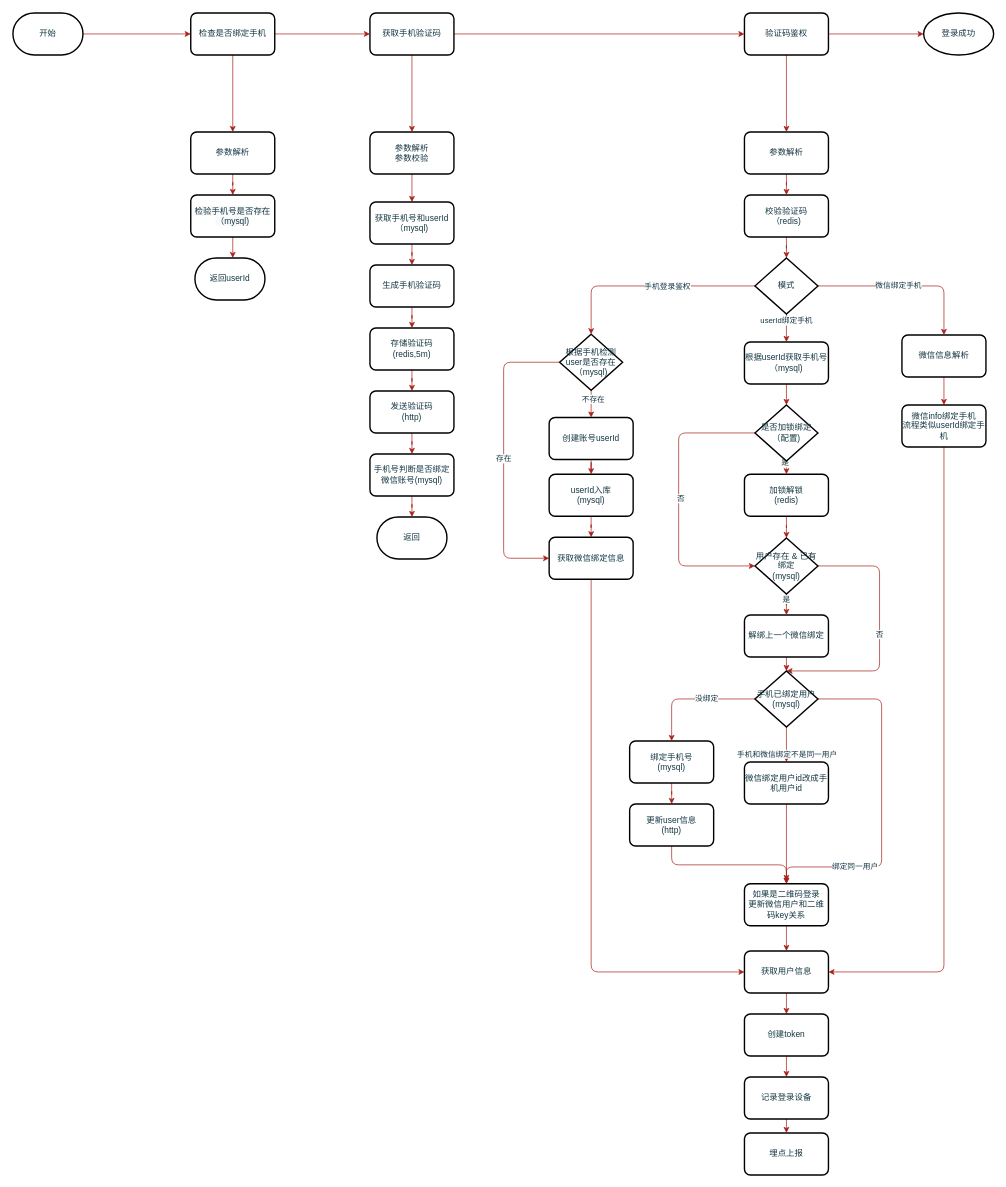
Earlier version of the draw.io diagram 手机登录.drawio (xiell2016/hetaoDesign). Source tidied: cells renumbered, new cells numbered last; positions are measured from the earlier drawing's top-left corner, leaving out a move shared by most shapes. Both pictures are drawn from the tidied source at 70%, with x=0, y=0 at pixel (13, 13).
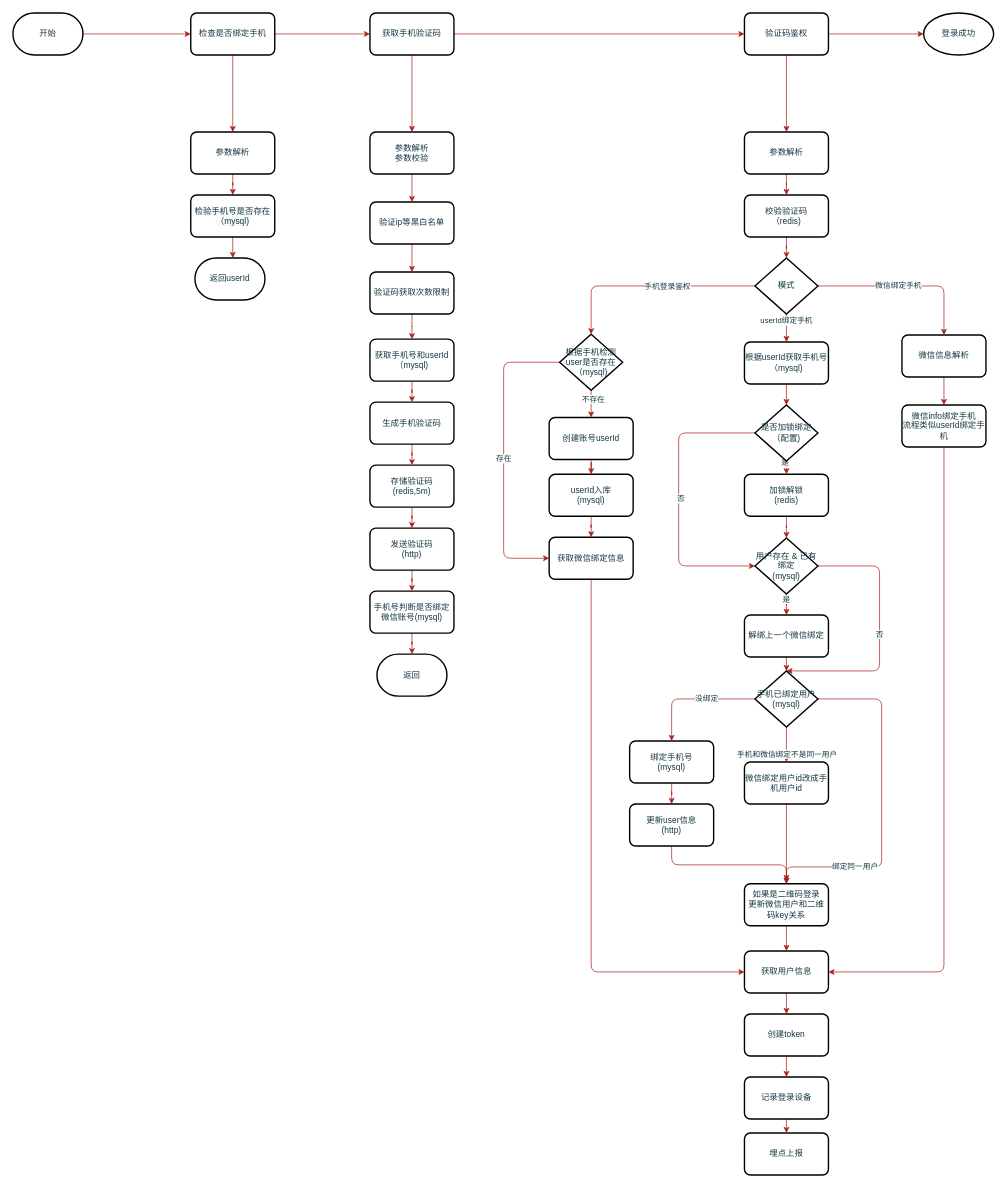
The same page after the edit.

Commit message:
更新手机登录.drawio

Unchanged cells that the change refers to:
```xml
<mxCell id="30" value="参数解析&lt;br&gt;参数校验" style="whiteSpace=wrap;html=1;rounded=1;fontColor=#143642;strokeWidth=2;fillColor=#FFFFFF;arcSize=14;sketch=0;" parent="1" vertex="1">
  <mxGeometry x="510" y="170" width="120" height="60" as="geometry" />
</mxCell>
```

The edit, as a diff of the source:
```diff
@@
-    <mxCell id="29" style="edgeStyle=orthogonalEdgeStyle;curved=0;rounded=1;sketch=0;jettySize=auto;html=1;fontColor=#143642;strokeColor=#A8201A;fillColor=#FAE5C7;" parent="1" edge="1" source="30" target="38">
-      <mxGeometry relative="1" as="geometry" />
-    </mxCell>
+    <mxCell id="95" style="edgeStyle=orthogonalEdgeStyle;curved=0;rounded=1;sketch=0;jettySize=auto;html=1;fontColor=#143642;strokeColor=#A8201A;fillColor=#FAE5C7;" parent="1" edge="1" source="30" target="97">
+      <mxGeometry relative="1" as="geometry" />
+    </mxCell>
@@
     <mxCell id="32" value="发送验证码&lt;br&gt;(http)" style="whiteSpace=wrap;html=1;rounded=1;fontColor=#143642;strokeWidth=2;fillColor=#FFFFFF;arcSize=14;sketch=0;" parent="1" vertex="1">
-      <mxGeometry x="510" y="540" width="120" height="60" as="geometry" />
+      <mxGeometry x="510" y="736" width="120" height="60" as="geometry" />
     </mxCell>
@@
     <mxCell id="34" value="存储验证码&lt;br&gt;(redis,5m)" style="whiteSpace=wrap;html=1;rounded=1;fontColor=#143642;strokeWidth=2;fillColor=#FFFFFF;arcSize=14;sketch=0;" parent="1" vertex="1">
-      <mxGeometry x="510" y="450" width="120" height="60" as="geometry" />
+      <mxGeometry x="510" y="646" width="120" height="60" as="geometry" />
     </mxCell>
@@
     <mxCell id="36" value="生成手机验证码" style="whiteSpace=wrap;html=1;rounded=1;fontColor=#143642;strokeWidth=2;fillColor=#FFFFFF;arcSize=14;sketch=0;" parent="1" vertex="1">
-      <mxGeometry x="510" y="360" width="120" height="60" as="geometry" />
+      <mxGeometry x="510" y="556" width="120" height="60" as="geometry" />
     </mxCell>
@@
     <mxCell id="38" value="获取手机号和userId&lt;br&gt;（mysql)" style="whiteSpace=wrap;html=1;rounded=1;fontColor=#143642;strokeWidth=2;fillColor=#FFFFFF;arcSize=14;sketch=0;" parent="1" vertex="1">
-      <mxGeometry x="510" y="270" width="120" height="60" as="geometry" />
+      <mxGeometry x="510" y="466" width="120" height="60" as="geometry" />
     </mxCell>
@@
     <mxCell id="40" value="手机号判断是否绑定微信账号(mysql)" style="whiteSpace=wrap;html=1;rounded=1;fontColor=#143642;strokeWidth=2;fillColor=#FFFFFF;arcSize=14;sketch=0;" parent="1" vertex="1">
-      <mxGeometry x="510" y="630" width="120" height="60" as="geometry" />
+      <mxGeometry x="510" y="826" width="120" height="60" as="geometry" />
     </mxCell>
     <mxCell id="41" value="返回" style="strokeWidth=2;html=1;shape=mxgraph.flowchart.terminator;whiteSpace=wrap;rounded=0;labelBackgroundColor=none;sketch=0;fontColor=#143642;fillColor=#FFFFFF;" parent="1" vertex="1">
-      <mxGeometry x="520" y="720" width="100" height="60" as="geometry" />
+      <mxGeometry x="520" y="916" width="100" height="60" as="geometry" />
     </mxCell>
@@
+    <mxCell id="96" style="edgeStyle=orthogonalEdgeStyle;curved=0;rounded=1;sketch=0;jettySize=auto;html=1;fontColor=#143642;strokeColor=#A8201A;fillColor=#FAE5C7;" parent="1" edge="1" source="97" target="99">
+      <mxGeometry relative="1" as="geometry" />
+    </mxCell>
+    <mxCell id="97" value="验证ip等黑白名单" style="whiteSpace=wrap;html=1;rounded=1;fontColor=#143642;strokeWidth=2;fillColor=#FFFFFF;arcSize=14;sketch=0;" parent="1" vertex="1">
+      <mxGeometry x="510" y="270" width="120" height="60" as="geometry" />
+    </mxCell>
+    <mxCell id="98" style="edgeStyle=orthogonalEdgeStyle;curved=0;rounded=1;sketch=0;jettySize=auto;html=1;fontColor=#143642;strokeColor=#A8201A;fillColor=#FAE5C7;" parent="1" edge="1" source="99" target="38">
+      <mxGeometry relative="1" as="geometry" />
+    </mxCell>
+    <mxCell id="99" value="验证码获取次数限制" style="whiteSpace=wrap;html=1;rounded=1;fontColor=#143642;strokeWidth=2;fillColor=#FFFFFF;arcSize=14;sketch=0;" parent="1" vertex="1">
+      <mxGeometry x="510" y="370" width="120" height="60" as="geometry" />
+    </mxCell>
```
